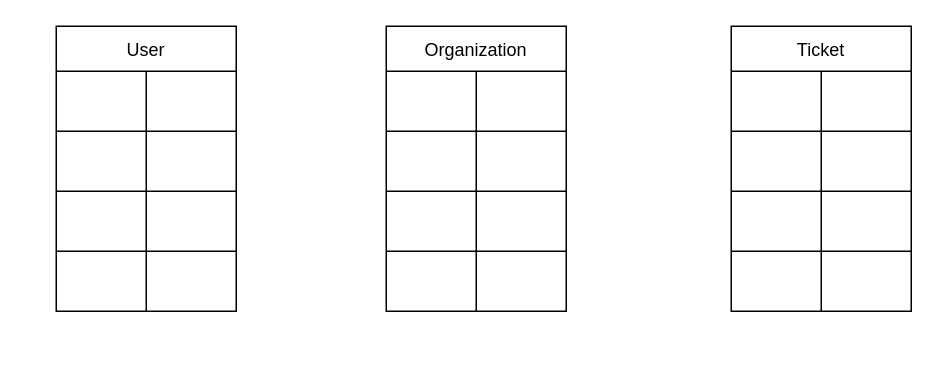
Before: page "Services" (2 of 3) of Untitled Diagram.drawio in s3un/system-architecture, a draw.io diagram. Source tidied: cells renumbered, new cells numbered last; positions are measured from the earlier drawing's top-left corner, leaving out a move shared by most shapes. Both pictures are drawn from the tidied source at 150%, with x=0, y=0 at pixel (56, 26).
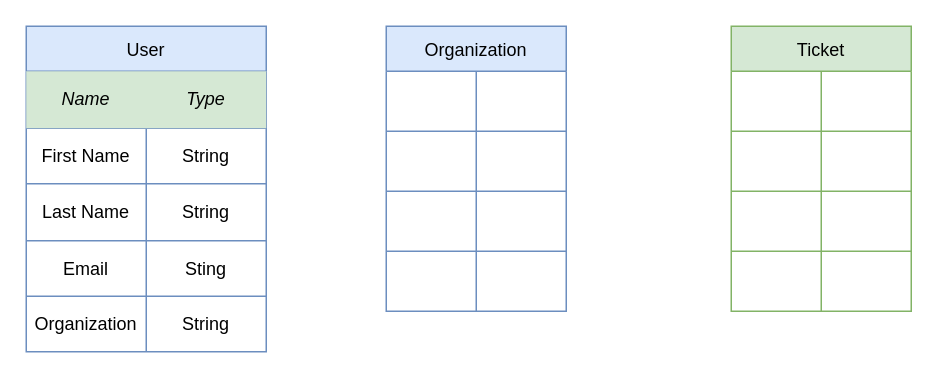
Above is the later version.

What changed in the source:
```diff
@@
-    <mxCell id="2" value="User" style="shape=table;startSize=30;childLayout=tableLayout;" parent="1" vertex="1">
-      <mxGeometry width="120" height="190" as="geometry" />
+    <mxCell id="2" value="User" style="shape=table;startSize=30;childLayout=tableLayout;fillColor=#dae8fc;strokeColor=#6c8ebf;" parent="1" vertex="1">
+      <mxGeometry x="-20" width="160" height="217" as="geometry" />
     </mxCell>
-    <mxCell id="3" style="shape=tableRow;horizontal=0;startSize=0;swimlaneHead=0;swimlaneBody=0;strokeColor=inherit;top=0;left=0;bottom=0;right=0;fillColor=none;" parent="2" vertex="1">
-      <mxGeometry y="30" width="120" height="40" as="geometry" />
+    <mxCell id="3" style="shape=tableRow;horizontal=0;startSize=0;swimlaneHead=0;swimlaneBody=0;strokeColor=#82b366;top=0;left=0;bottom=0;right=0;fillColor=#d5e8d4;" parent="2" vertex="1">
+      <mxGeometry y="30" width="160" height="38" as="geometry" />
     </mxCell>
-    <mxCell id="4" style="shape=partialRectangle;html=1;whiteSpace=wrap;strokeColor=inherit;overflow=hidden;fillColor=none;top=0;left=0;bottom=0;right=0;" parent="3" vertex="1">
-      <mxGeometry width="60" height="40" as="geometry" />
+    <mxCell id="4" value="&lt;i&gt;Name&lt;/i&gt;" style="shape=partialRectangle;html=1;whiteSpace=wrap;strokeColor=inherit;overflow=hidden;fillColor=none;top=0;left=0;bottom=0;right=0;" parent="3" vertex="1">
+      <mxGeometry width="80" height="38" as="geometry" />
     </mxCell>
-    <mxCell id="5" style="shape=partialRectangle;html=1;whiteSpace=wrap;strokeColor=inherit;overflow=hidden;fillColor=none;top=0;left=0;bottom=0;right=0;" parent="3" vertex="1">
-      <mxGeometry x="60" width="60" height="40" as="geometry" />
+    <mxCell id="5" value="&lt;i&gt;Type&lt;/i&gt;" style="shape=partialRectangle;html=1;whiteSpace=wrap;strokeColor=inherit;overflow=hidden;fillColor=none;top=0;left=0;bottom=0;right=0;" parent="3" vertex="1">
+      <mxGeometry x="80" width="80" height="38" as="geometry" />
     </mxCell>
     <mxCell id="6" style="shape=tableRow;horizontal=0;startSize=0;swimlaneHead=0;swimlaneBody=0;strokeColor=inherit;top=0;left=0;bottom=0;right=0;fillColor=none;" parent="2" vertex="1">
-      <mxGeometry y="70" width="120" height="40" as="geometry" />
+      <mxGeometry y="68" width="160" height="37" as="geometry" />
     </mxCell>
-    <mxCell id="7" style="shape=partialRectangle;html=1;whiteSpace=wrap;strokeColor=inherit;overflow=hidden;fillColor=none;top=0;left=0;bottom=0;right=0;" parent="6" vertex="1">
-      <mxGeometry width="60" height="40" as="geometry" />
+    <mxCell id="7" value="First Name" style="shape=partialRectangle;html=1;whiteSpace=wrap;strokeColor=inherit;overflow=hidden;fillColor=none;top=0;left=0;bottom=0;right=0;" parent="6" vertex="1">
+      <mxGeometry width="80" height="37" as="geometry" />
     </mxCell>
-    <mxCell id="8" style="shape=partialRectangle;html=1;whiteSpace=wrap;strokeColor=inherit;overflow=hidden;fillColor=none;top=0;left=0;bottom=0;right=0;" parent="6" vertex="1">
-      <mxGeometry x="60" width="60" height="40" as="geometry" />
+    <mxCell id="8" value="String" style="shape=partialRectangle;html=1;whiteSpace=wrap;strokeColor=inherit;overflow=hidden;fillColor=none;top=0;left=0;bottom=0;right=0;" parent="6" vertex="1">
+      <mxGeometry x="80" width="80" height="37" as="geometry" />
     </mxCell>
     <mxCell id="9" style="shape=tableRow;horizontal=0;startSize=0;swimlaneHead=0;swimlaneBody=0;strokeColor=inherit;top=0;left=0;bottom=0;right=0;fillColor=none;" parent="2" vertex="1">
-      <mxGeometry y="110" width="120" height="40" as="geometry" />
+      <mxGeometry y="105" width="160" height="38" as="geometry" />
     </mxCell>
-    <mxCell id="10" style="shape=partialRectangle;html=1;whiteSpace=wrap;strokeColor=inherit;overflow=hidden;fillColor=none;top=0;left=0;bottom=0;right=0;" parent="9" vertex="1">
-      <mxGeometry width="60" height="40" as="geometry" />
+    <mxCell id="10" value="Last Name" style="shape=partialRectangle;html=1;whiteSpace=wrap;strokeColor=inherit;overflow=hidden;fillColor=none;top=0;left=0;bottom=0;right=0;" parent="9" vertex="1">
+      <mxGeometry width="80" height="38" as="geometry" />
     </mxCell>
-    <mxCell id="11" style="shape=partialRectangle;html=1;whiteSpace=wrap;strokeColor=inherit;overflow=hidden;fillColor=none;top=0;left=0;bottom=0;right=0;" parent="9" vertex="1">
-      <mxGeometry x="60" width="60" height="40" as="geometry" />
+    <mxCell id="11" value="String" style="shape=partialRectangle;html=1;whiteSpace=wrap;strokeColor=inherit;overflow=hidden;fillColor=none;top=0;left=0;bottom=0;right=0;" parent="9" vertex="1">
+      <mxGeometry x="80" width="80" height="38" as="geometry" />
     </mxCell>
     <mxCell id="12" style="shape=tableRow;horizontal=0;startSize=0;swimlaneHead=0;swimlaneBody=0;strokeColor=inherit;top=0;left=0;bottom=0;right=0;fillColor=none;" parent="2" vertex="1">
-      <mxGeometry y="150" width="120" height="40" as="geometry" />
+      <mxGeometry y="143" width="160" height="37" as="geometry" />
     </mxCell>
-    <mxCell id="13" style="shape=partialRectangle;html=1;whiteSpace=wrap;strokeColor=inherit;overflow=hidden;fillColor=none;top=0;left=0;bottom=0;right=0;" parent="12" vertex="1">
-      <mxGeometry width="60" height="40" as="geometry" />
+    <mxCell id="13" value="Email" style="shape=partialRectangle;html=1;whiteSpace=wrap;strokeColor=inherit;overflow=hidden;fillColor=none;top=0;left=0;bottom=0;right=0;" parent="12" vertex="1">
+      <mxGeometry width="80" height="37" as="geometry" />
     </mxCell>
-    <mxCell id="14" style="shape=partialRectangle;html=1;whiteSpace=wrap;strokeColor=inherit;overflow=hidden;fillColor=none;top=0;left=0;bottom=0;right=0;" parent="12" vertex="1">
-      <mxGeometry x="60" width="60" height="40" as="geometry" />
+    <mxCell id="14" value="Sting" style="shape=partialRectangle;html=1;whiteSpace=wrap;strokeColor=inherit;overflow=hidden;fillColor=none;top=0;left=0;bottom=0;right=0;" parent="12" vertex="1">
+      <mxGeometry x="80" width="80" height="37" as="geometry" />
     </mxCell>
+    <mxCell id="41" style="shape=tableRow;horizontal=0;startSize=0;swimlaneHead=0;swimlaneBody=0;strokeColor=inherit;top=0;left=0;bottom=0;right=0;fillColor=none;" parent="2" vertex="1">
+      <mxGeometry y="180" width="160" height="37" as="geometry" />
+    </mxCell>
+    <mxCell id="42" value="Organization" style="shape=partialRectangle;html=1;whiteSpace=wrap;strokeColor=inherit;overflow=hidden;fillColor=none;top=0;left=0;bottom=0;right=0;" parent="41" vertex="1">
+      <mxGeometry width="80" height="37" as="geometry" />
+    </mxCell>
+    <mxCell id="43" value="String" style="shape=partialRectangle;html=1;whiteSpace=wrap;strokeColor=inherit;overflow=hidden;fillColor=none;top=0;left=0;bottom=0;right=0;" parent="41" vertex="1">
+      <mxGeometry x="80" width="80" height="37" as="geometry" />
+    </mxCell>
-    <mxCell id="15" value="Organization" style="shape=table;startSize=30;childLayout=tableLayout;" parent="1" vertex="1">
+    <mxCell id="15" value="Organization" style="shape=table;startSize=30;childLayout=tableLayout;fillColor=#dae8fc;strokeColor=#6c8ebf;" parent="1" vertex="1">
       <mxGeometry x="220" width="120" height="190" as="geometry" />
     </mxCell>
@@
-    <mxCell id="28" value="Ticket" style="shape=table;startSize=30;childLayout=tableLayout;" parent="1" vertex="1">
+    <mxCell id="28" value="Ticket" style="shape=table;startSize=30;childLayout=tableLayout;fillColor=#d5e8d4;strokeColor=#82b366;" parent="1" vertex="1">
       <mxGeometry x="450" width="120" height="190" as="geometry" />
     </mxCell>
```
